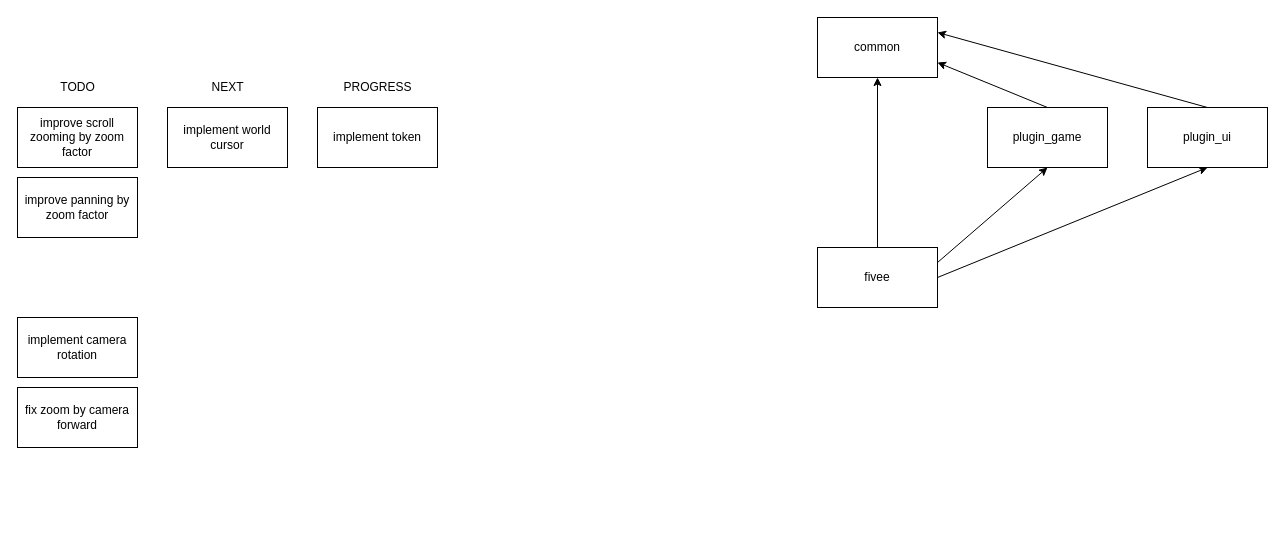
Above: .drawio in horup/fivee (draw.io), before the change. Source tidied: cells renumbered, new cells numbered last; positions are measured from the earlier drawing's top-left corner, leaving out a move shared by most shapes. Both pictures are drawn from the tidied source at 100%, with x=0, y=0 at pixel (17, 17).
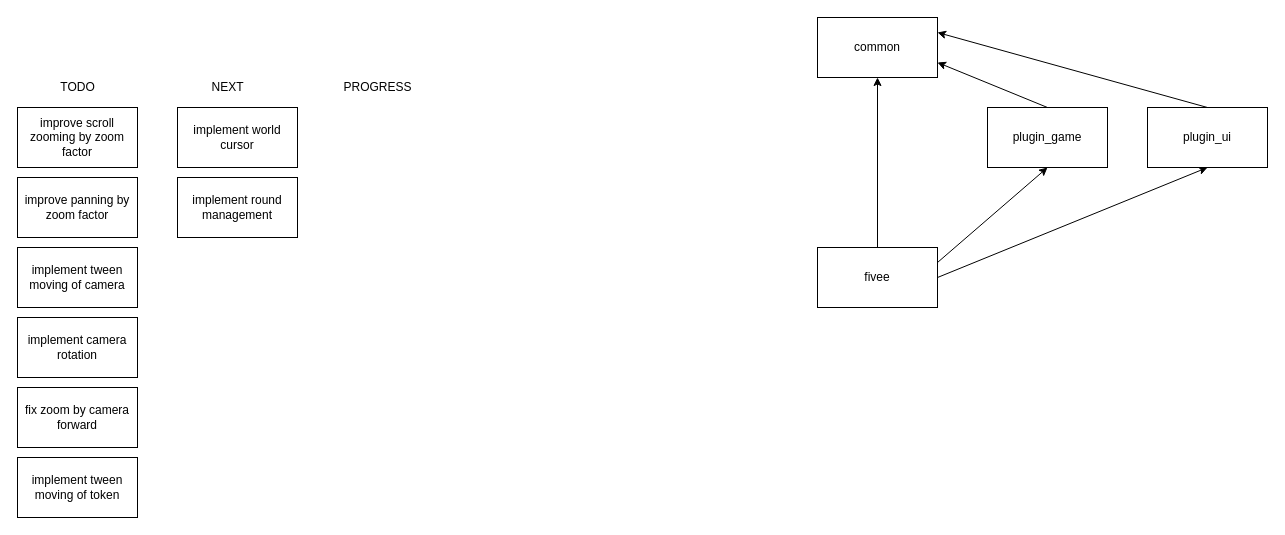
Above is the later version.

Change to the diagram source:
```diff
@@
     <mxCell id="16" value="implement world cursor" style="rounded=0;whiteSpace=wrap;html=1;" parent="1" vertex="1">
-      <mxGeometry x="150" y="90" width="120" height="60" as="geometry" />
+      <mxGeometry x="160" y="90" width="120" height="60" as="geometry" />
     </mxCell>
@@
-    <mxCell id="19" value="implement token" style="rounded=0;whiteSpace=wrap;html=1;" parent="1" vertex="1">
-      <mxGeometry x="300" y="90" width="120" height="60" as="geometry" />
-    </mxCell>
+    <mxCell id="20" value="implement tween moving of token" style="rounded=0;whiteSpace=wrap;html=1;" parent="1" vertex="1">
+      <mxGeometry y="440" width="120" height="60" as="geometry" />
+    </mxCell>
+    <mxCell id="21" value="implement tween moving of camera" style="rounded=0;whiteSpace=wrap;html=1;" parent="1" vertex="1">
+      <mxGeometry y="230" width="120" height="60" as="geometry" />
+    </mxCell>
+    <mxCell id="22" value="implement round management" style="rounded=0;whiteSpace=wrap;html=1;" parent="1" vertex="1">
+      <mxGeometry x="160" y="160" width="120" height="60" as="geometry" />
+    </mxCell>
```
